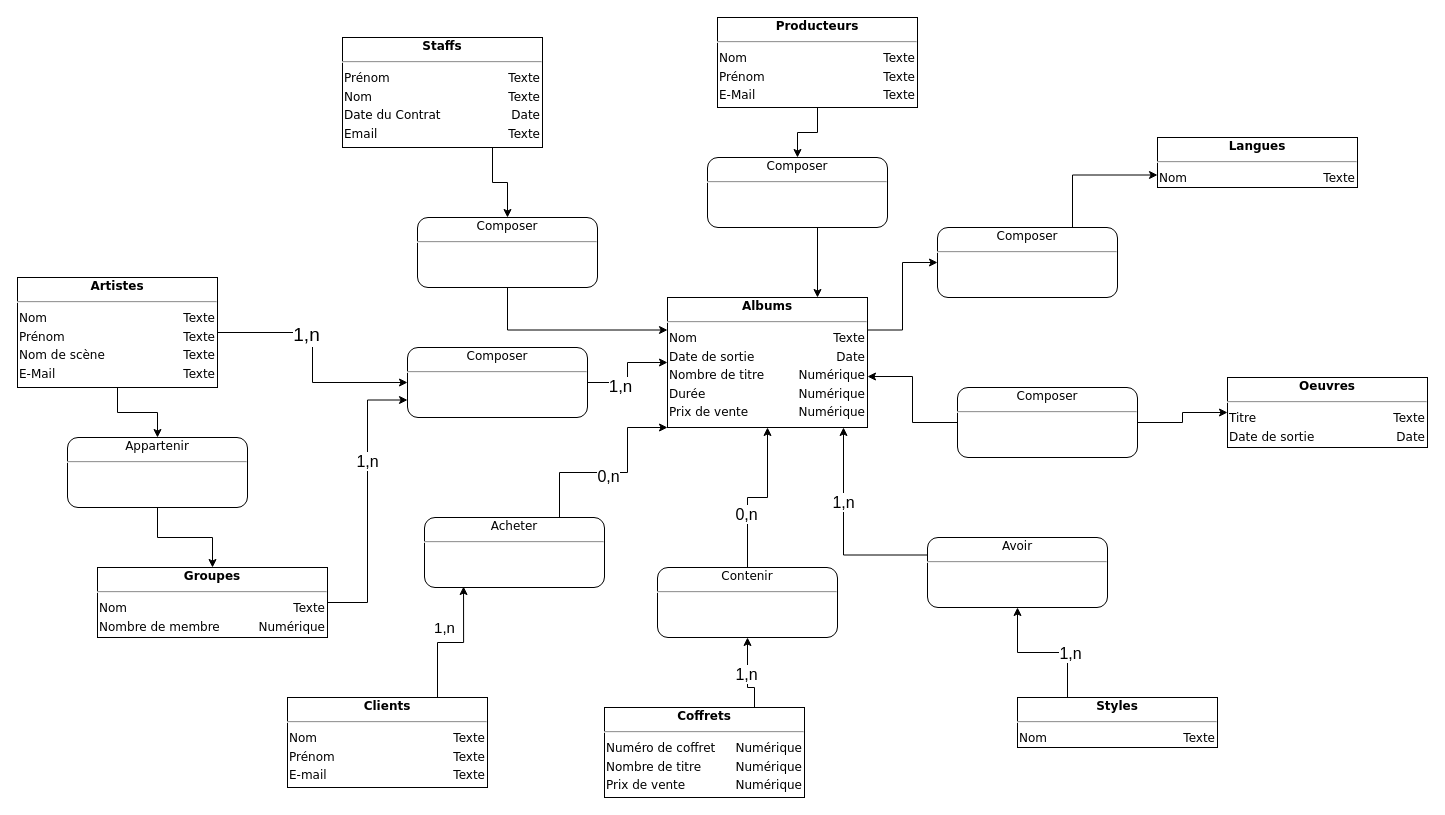
Above: MCD - Magasin de Disque.drawio in TCamoes15/MA-08-Magasin-Disque (draw.io), before the change. Source tidied: cells renumbered, new cells numbered last; positions are measured from the earlier drawing's top-left corner, leaving out a move shared by most shapes. Both pictures are drawn from the tidied source at 100%, with x=0, y=0 at pixel (17, 17).
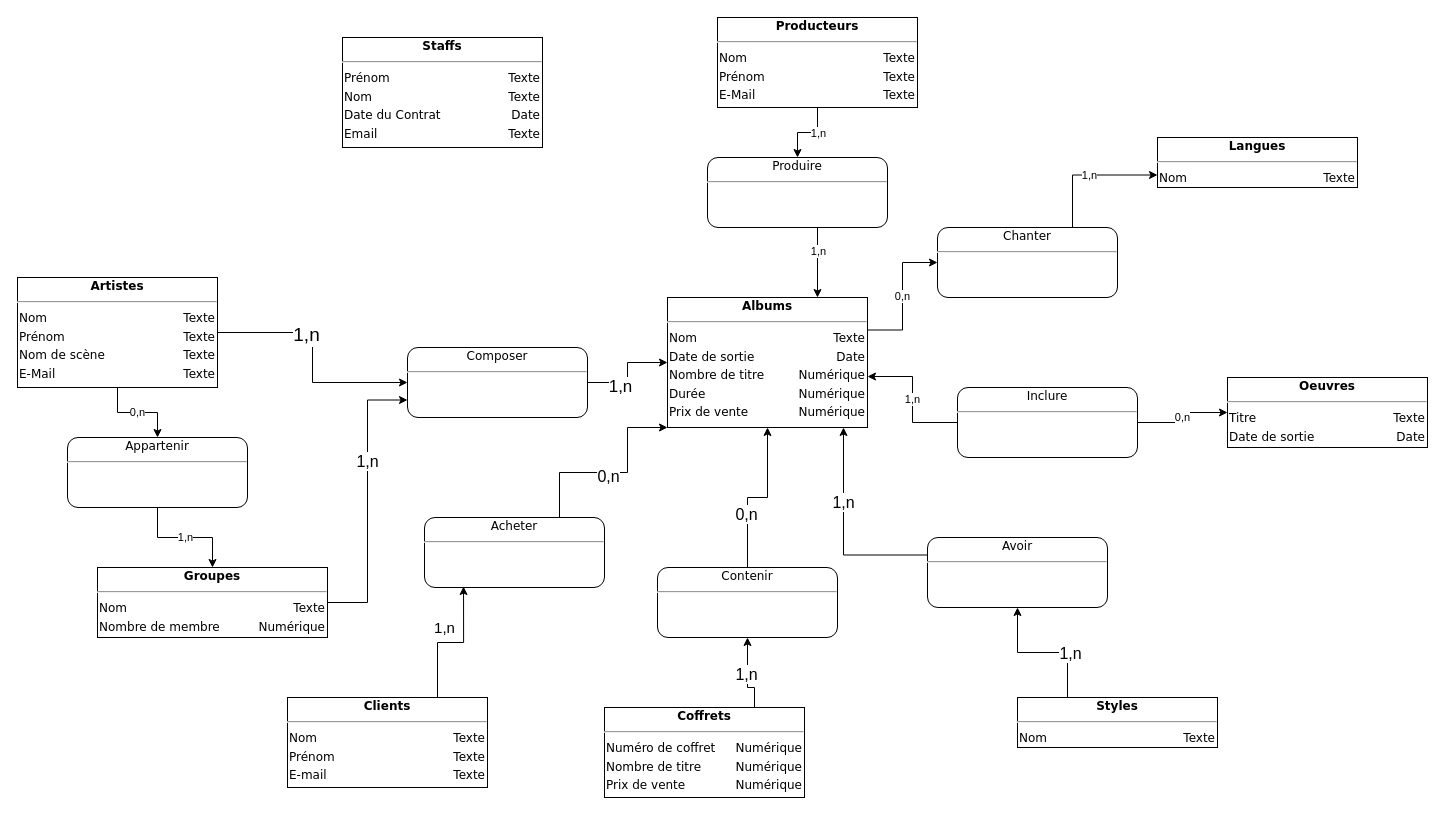
After the change.

The change refers to these unchanged cells:
```xml
<mxCell id="3" value="&lt;div style=&quot;box-sizing: border-box ; width: 100% ; padding: 2px&quot;&gt;&lt;b&gt;&lt;span style=&quot;background-color: rgb(255 , 255 , 255)&quot;&gt;Staffs&lt;/span&gt;&lt;/b&gt;&lt;/div&gt;&lt;hr&gt;&lt;table style=&quot;width: 100% ; font-size: 1em&quot; cellpadding=&quot;2&quot; cellspacing=&quot;0&quot;&gt;&lt;tbody&gt;&lt;tr&gt;&lt;td style=&quot;text-align: left&quot;&gt;Prénom&lt;/td&gt;&lt;td style=&quot;text-align: right&quot;&gt;Texte&lt;/td&gt;&lt;/tr&gt;&lt;tr&gt;&lt;td style=&quot;text-align: left&quot;&gt;Nom&lt;/td&gt;&lt;td style=&quot;text-align: right&quot;&gt;Texte&lt;br&gt;&lt;/td&gt;&lt;/tr&gt;&lt;tr&gt;&lt;td style=&quot;text-align: left&quot;&gt;Date du Contrat&lt;/td&gt;&lt;td style=&quot;text-align: right&quot;&gt;Date&lt;br&gt;&lt;/td&gt;&lt;/tr&gt;&lt;tr&gt;&lt;td style=&quot;text-align: left&quot;&gt;Email&lt;/td&gt;&lt;td style=&quot;text-align: right&quot;&gt;Texte&lt;/td&gt;&lt;/tr&gt;&lt;/tbody&gt;&lt;/table&gt;" style="verticalAlign=top;align=center;overflow=fill;html=1;rounded=0;shadow=0;comic=0;labelBackgroundColor=none;strokeColor=#000000;strokeWidth=1;fillColor=#ffffff;fontFamily=Verdana;fontSize=12;fontColor=#000000;" parent="1" vertex="1">
  <mxGeometry x="325" y="20" width="200" height="110" as="geometry" />
</mxCell>
<mxCell id="5" value="&lt;div style=&quot;box-sizing: border-box ; width: 100% ; padding: 2px&quot;&gt;&lt;span style=&quot;background-color: rgb(255 , 255 , 255)&quot;&gt;&lt;b&gt;Albums&lt;/b&gt;&lt;/span&gt;&lt;/div&gt;&lt;hr&gt;&lt;table style=&quot;width: 100% ; font-size: 1em&quot; cellpadding=&quot;2&quot; cellspacing=&quot;0&quot;&gt;&lt;tbody&gt;&lt;tr&gt;&lt;td style=&quot;text-align: left&quot;&gt;Nom&lt;/td&gt;&lt;td style=&quot;text-align: right&quot;&gt;Texte&lt;/td&gt;&lt;/tr&gt;&lt;tr&gt;&lt;td style=&quot;text-align: left&quot;&gt;Date de sortie&lt;/td&gt;&lt;td style=&quot;text-align: right&quot;&gt;Date&lt;/td&gt;&lt;/tr&gt;&lt;tr&gt;&lt;td style=&quot;text-align: left&quot;&gt;Nombre de titre&lt;/td&gt;&lt;td style=&quot;text-align: right&quot;&gt;Numérique&lt;/td&gt;&lt;/tr&gt;&lt;tr&gt;&lt;td style=&quot;text-align: left&quot;&gt;Durée&lt;/td&gt;&lt;td style=&quot;text-align: right&quot;&gt;Numérique&lt;/td&gt;&lt;/tr&gt;&lt;tr&gt;&lt;td style=&quot;text-align: left&quot;&gt;Prix de vente&lt;/td&gt;&lt;td style=&quot;text-align: right&quot;&gt;Numérique&lt;/td&gt;&lt;/tr&gt;&lt;/tbody&gt;&lt;/table&gt;" style="verticalAlign=top;align=center;overflow=fill;html=1;rounded=0;shadow=0;comic=0;labelBackgroundColor=none;strokeColor=#000000;strokeWidth=1;fillColor=#ffffff;fontFamily=Verdana;fontSize=12;fontColor=#000000;" parent="1" vertex="1">
  <mxGeometry x="650" y="280" width="200" height="130" as="geometry" />
</mxCell>
<mxCell id="9" style="edgeStyle=orthogonalEdgeStyle;rounded=0;jettySize=auto;html=1;exitX=0.5;exitY=1;exitDx=0;exitDy=0;entryX=0.5;entryY=0;entryDx=0;entryDy=0;" parent="1" edge="1" source="10" target="31">
  <mxGeometry relative="1" as="geometry" />
</mxCell>
<mxCell id="15" value="&lt;div style=&quot;box-sizing: border-box ; width: 100% ; padding: 2px&quot;&gt;&lt;span style=&quot;background-color: rgb(255 , 255 , 255)&quot;&gt;&lt;b&gt;Groupes&lt;/b&gt;&lt;/span&gt;&lt;/div&gt;&lt;hr&gt;&lt;table style=&quot;width: 100% ; font-size: 1em&quot; cellpadding=&quot;2&quot; cellspacing=&quot;0&quot;&gt;&lt;tbody&gt;&lt;tr&gt;&lt;td style=&quot;text-align: left&quot;&gt;Nom&lt;/td&gt;&lt;td style=&quot;text-align: right&quot;&gt;Texte&lt;/td&gt;&lt;/tr&gt;&lt;tr&gt;&lt;td style=&quot;text-align: left&quot;&gt;Nombre de membre&lt;/td&gt;&lt;td style=&quot;text-align: right&quot;&gt;Numérique&lt;/td&gt;&lt;/tr&gt;&lt;/tbody&gt;&lt;/table&gt;" style="verticalAlign=top;align=center;overflow=fill;html=1;rounded=0;shadow=0;comic=0;labelBackgroundColor=none;strokeColor=#000000;strokeWidth=1;fillColor=#ffffff;fontFamily=Verdana;fontSize=12;fontColor=#000000;" parent="1" vertex="1">
  <mxGeometry x="80" y="550" width="230" height="70" as="geometry" />
</mxCell>
<mxCell id="16" value="&lt;div style=&quot;box-sizing: border-box ; width: 100% ; padding: 2px&quot;&gt;&lt;span style=&quot;background-color: rgb(255 , 255 , 255)&quot;&gt;&lt;b&gt;Oeuvres&lt;/b&gt;&lt;/span&gt;&lt;/div&gt;&lt;hr&gt;&lt;table style=&quot;width: 100% ; font-size: 1em&quot; cellpadding=&quot;2&quot; cellspacing=&quot;0&quot;&gt;&lt;tbody&gt;&lt;tr&gt;&lt;td style=&quot;text-align: left&quot;&gt;Titre&lt;/td&gt;&lt;td style=&quot;text-align: right&quot;&gt;Texte&lt;br&gt;&lt;/td&gt;&lt;/tr&gt;&lt;tr&gt;&lt;td style=&quot;text-align: left&quot;&gt;Date de sortie&lt;/td&gt;&lt;td style=&quot;text-align: right&quot;&gt;Date&lt;/td&gt;&lt;/tr&gt;&lt;/tbody&gt;&lt;/table&gt;" style="verticalAlign=top;align=center;overflow=fill;html=1;rounded=0;shadow=0;comic=0;labelBackgroundColor=none;strokeColor=#000000;strokeWidth=1;fillColor=#ffffff;fontFamily=Verdana;fontSize=12;fontColor=#000000;" parent="1" vertex="1">
  <mxGeometry x="1210" y="360" width="200" height="70" as="geometry" />
</mxCell>
<mxCell id="20" value="&lt;div style=&quot;box-sizing: border-box ; width: 100% ; padding: 2px&quot;&gt;&lt;span style=&quot;background-color: rgb(255 , 255 , 255)&quot;&gt;&lt;b&gt;Artistes&lt;/b&gt;&lt;/span&gt;&lt;/div&gt;&lt;hr&gt;&lt;table style=&quot;width: 100% ; font-size: 1em&quot; cellpadding=&quot;2&quot; cellspacing=&quot;0&quot;&gt;&lt;tbody&gt;&lt;tr&gt;&lt;td style=&quot;text-align: left&quot;&gt;Nom&lt;/td&gt;&lt;td style=&quot;text-align: right&quot;&gt;Texte&lt;/td&gt;&lt;/tr&gt;&lt;tr&gt;&lt;td style=&quot;text-align: left&quot;&gt;Prénom&lt;/td&gt;&lt;td style=&quot;text-align: right&quot;&gt;Texte&lt;br&gt;&lt;/td&gt;&lt;/tr&gt;&lt;tr&gt;&lt;td style=&quot;text-align: left&quot;&gt;Nom de scène&lt;/td&gt;&lt;td style=&quot;text-align: right&quot;&gt;Texte&lt;/td&gt;&lt;/tr&gt;&lt;tr&gt;&lt;td style=&quot;text-align: left&quot;&gt;E-Mail&lt;/td&gt;&lt;td style=&quot;text-align: right&quot;&gt;Texte&lt;/td&gt;&lt;/tr&gt;&lt;/tbody&gt;&lt;/table&gt;" style="verticalAlign=top;align=center;overflow=fill;html=1;rounded=0;shadow=0;comic=0;labelBackgroundColor=none;strokeColor=#000000;strokeWidth=1;fillColor=#ffffff;fontFamily=Verdana;fontSize=12;fontColor=#000000;" parent="1" vertex="1">
  <mxGeometry y="260" width="200" height="110" as="geometry" />
</mxCell>
<mxCell id="21" value="&lt;div style=&quot;box-sizing: border-box ; width: 100% ; padding: 2px&quot;&gt;&lt;span style=&quot;background-color: rgb(255 , 255 , 255)&quot;&gt;&lt;b&gt;Langues&lt;/b&gt;&lt;/span&gt;&lt;/div&gt;&lt;hr&gt;&lt;table style=&quot;width: 100% ; font-size: 1em&quot; cellpadding=&quot;2&quot; cellspacing=&quot;0&quot;&gt;&lt;tbody&gt;&lt;tr&gt;&lt;td style=&quot;text-align: left&quot;&gt;Nom&lt;/td&gt;&lt;td style=&quot;text-align: right&quot;&gt;Texte&lt;br&gt;&lt;/td&gt;&lt;/tr&gt;&lt;tr&gt;&lt;td style=&quot;text-align: left&quot;&gt;&lt;br&gt;&lt;/td&gt;&lt;td style=&quot;text-align: right&quot;&gt;&lt;/td&gt;&lt;/tr&gt;&lt;/tbody&gt;&lt;/table&gt;" style="verticalAlign=top;align=center;overflow=fill;html=1;rounded=0;shadow=0;comic=0;labelBackgroundColor=none;strokeColor=#000000;strokeWidth=1;fillColor=#ffffff;fontFamily=Verdana;fontSize=12;fontColor=#000000;" parent="1" vertex="1">
  <mxGeometry x="1140" y="120" width="200" height="50" as="geometry" />
</mxCell>
<mxCell id="29" value="&lt;div style=&quot;box-sizing: border-box ; width: 100% ; padding: 2px&quot;&gt;&lt;span style=&quot;background-color: rgb(255 , 255 , 255)&quot;&gt;Appartenir&lt;/span&gt;&lt;/div&gt;&lt;hr&gt;&lt;table style=&quot;width: 100% ; font-size: 1em&quot; cellpadding=&quot;2&quot; cellspacing=&quot;0&quot;&gt;&lt;tbody&gt;&lt;tr&gt;&lt;td style=&quot;text-align: left&quot;&gt;&lt;/td&gt;&lt;td style=&quot;text-align: right&quot;&gt;&lt;/td&gt;&lt;/tr&gt;&lt;tr&gt;&lt;td style=&quot;text-align: left&quot;&gt;&lt;/td&gt;&lt;td style=&quot;text-align: right&quot;&gt;&lt;br&gt;&lt;/td&gt;&lt;/tr&gt;&lt;/tbody&gt;&lt;/table&gt;" style="verticalAlign=top;align=center;overflow=fill;html=1;rounded=1;shadow=0;comic=0;labelBackgroundColor=none;strokeColor=#000000;strokeWidth=1;fillColor=#ffffff;fontFamily=Verdana;fontSize=12;fontColor=#000000;" parent="1" vertex="1">
  <mxGeometry x="50" y="420" width="180" height="70" as="geometry" />
</mxCell>
<mxCell id="30" style="edgeStyle=orthogonalEdgeStyle;rounded=0;jettySize=auto;html=1;exitX=0.5;exitY=1;exitDx=0;exitDy=0;entryX=0.75;entryY=0;entryDx=0;entryDy=0;" parent="1" edge="1" source="31" target="5">
  <mxGeometry relative="1" as="geometry">
    <Array as="points">
      <mxPoint x="800" y="210" />
    </Array>
  </mxGeometry>
</mxCell>
```

What changed in the source:
```diff
@@
-    <mxCell id="2" style="edgeStyle=orthogonalEdgeStyle;rounded=0;jettySize=auto;html=1;exitX=0.75;exitY=1;exitDx=0;exitDy=0;entryX=0.5;entryY=0;entryDx=0;entryDy=0;" parent="1" edge="1" source="3" target="33">
-      <mxGeometry relative="1" as="geometry" />
-    </mxCell>
@@
-    <mxCell id="4" style="edgeStyle=orthogonalEdgeStyle;rounded=0;jettySize=auto;html=1;exitX=1;exitY=0.25;exitDx=0;exitDy=0;entryX=0;entryY=0.5;entryDx=0;entryDy=0;" parent="1" edge="1" source="5" target="35">
+    <mxCell id="4" value="0,n" style="edgeStyle=orthogonalEdgeStyle;rounded=0;jettySize=auto;html=1;exitX=1;exitY=0.25;exitDx=0;exitDy=0;entryX=0;entryY=0.5;entryDx=0;entryDy=0;" parent="1" edge="1" source="5" target="35">
       <mxGeometry relative="1" as="geometry" />
     </mxCell>
@@
+    <mxCell id="49" value="1,n" style="edgeLabel;html=1;align=center;verticalAlign=middle;" parent="9" vertex="1">
+      <mxGeometry x="-0.29" relative="1" as="geometry" />
+    </mxCell>
@@
-    <mxCell id="19" style="edgeStyle=orthogonalEdgeStyle;rounded=0;jettySize=auto;html=1;exitX=0.5;exitY=1;exitDx=0;exitDy=0;entryX=0.5;entryY=0;entryDx=0;entryDy=0;" parent="1" edge="1" source="20" target="29">
+    <mxCell id="19" value="0,n" style="edgeStyle=orthogonalEdgeStyle;rounded=0;jettySize=auto;html=1;exitX=0.5;exitY=1;exitDx=0;exitDy=0;entryX=0.5;entryY=0;entryDx=0;entryDy=0;" parent="1" edge="1" source="20" target="29">
       <mxGeometry relative="1" as="geometry" />
     </mxCell>
@@
-    <mxCell id="28" style="edgeStyle=orthogonalEdgeStyle;rounded=0;jettySize=auto;html=1;exitX=0.5;exitY=1;exitDx=0;exitDy=0;entryX=0.5;entryY=0;entryDx=0;entryDy=0;" parent="1" edge="1" source="29" target="15">
+    <mxCell id="28" value="1,n" style="edgeStyle=orthogonalEdgeStyle;rounded=0;jettySize=auto;html=1;exitX=0.5;exitY=1;exitDx=0;exitDy=0;entryX=0.5;entryY=0;entryDx=0;entryDy=0;" parent="1" edge="1" source="29" target="15">
       <mxGeometry relative="1" as="geometry" />
     </mxCell>
@@
+    <mxCell id="50" value="1,n" style="edgeLabel;html=1;align=center;verticalAlign=middle;" parent="30" vertex="1">
+      <mxGeometry x="-0.04" relative="1" as="geometry" />
+    </mxCell>
-    <mxCell id="31" value="&lt;div style=&quot;box-sizing: border-box ; width: 100% ; padding: 2px&quot;&gt;&lt;span style=&quot;background-color: rgb(255 , 255 , 255)&quot;&gt;Composer&lt;/span&gt;&lt;/div&gt;&lt;hr&gt;&lt;table style=&quot;width: 100% ; font-size: 1em&quot; cellpadding=&quot;2&quot; cellspacing=&quot;0&quot;&gt;&lt;tbody&gt;&lt;tr&gt;&lt;td style=&quot;text-align: left&quot;&gt;&lt;/td&gt;&lt;td style=&quot;text-align: right&quot;&gt;&lt;/td&gt;&lt;/tr&gt;&lt;tr&gt;&lt;td style=&quot;text-align: left&quot;&gt;&lt;/td&gt;&lt;td style=&quot;text-align: right&quot;&gt;&lt;br&gt;&lt;/td&gt;&lt;/tr&gt;&lt;/tbody&gt;&lt;/table&gt;" style="verticalAlign=top;align=center;overflow=fill;html=1;rounded=1;shadow=0;comic=0;labelBackgroundColor=none;strokeColor=#000000;strokeWidth=1;fillColor=#ffffff;fontFamily=Verdana;fontSize=12;fontColor=#000000;" parent="1" vertex="1">
+    <mxCell id="31" value="&lt;div style=&quot;box-sizing: border-box ; width: 100% ; padding: 2px&quot;&gt;&lt;span style=&quot;background-color: rgb(255 , 255 , 255)&quot;&gt;Produire&lt;/span&gt;&lt;/div&gt;&lt;hr&gt;&lt;table style=&quot;width: 100% ; font-size: 1em&quot; cellpadding=&quot;2&quot; cellspacing=&quot;0&quot;&gt;&lt;tbody&gt;&lt;tr&gt;&lt;td style=&quot;text-align: left&quot;&gt;&lt;/td&gt;&lt;td style=&quot;text-align: right&quot;&gt;&lt;/td&gt;&lt;/tr&gt;&lt;tr&gt;&lt;td style=&quot;text-align: left&quot;&gt;&lt;/td&gt;&lt;td style=&quot;text-align: right&quot;&gt;&lt;br&gt;&lt;/td&gt;&lt;/tr&gt;&lt;/tbody&gt;&lt;/table&gt;" style="verticalAlign=top;align=center;overflow=fill;html=1;rounded=1;shadow=0;comic=0;labelBackgroundColor=none;strokeColor=#000000;strokeWidth=1;fillColor=#ffffff;fontFamily=Verdana;fontSize=12;fontColor=#000000;" parent="1" vertex="1">
       <mxGeometry x="690" y="140" width="180" height="70" as="geometry" />
     </mxCell>
-    <mxCell id="32" style="edgeStyle=orthogonalEdgeStyle;rounded=0;jettySize=auto;html=1;exitX=0.5;exitY=1;exitDx=0;exitDy=0;entryX=0;entryY=0.25;entryDx=0;entryDy=0;" parent="1" edge="1" source="33" target="5">
-      <mxGeometry relative="1" as="geometry" />
-    </mxCell>
-    <mxCell id="33" value="&lt;div style=&quot;box-sizing: border-box ; width: 100% ; padding: 2px&quot;&gt;&lt;span style=&quot;background-color: rgb(255 , 255 , 255)&quot;&gt;Composer&lt;/span&gt;&lt;/div&gt;&lt;hr&gt;&lt;table style=&quot;width: 100% ; font-size: 1em&quot; cellpadding=&quot;2&quot; cellspacing=&quot;0&quot;&gt;&lt;tbody&gt;&lt;tr&gt;&lt;td style=&quot;text-align: left&quot;&gt;&lt;/td&gt;&lt;td style=&quot;text-align: right&quot;&gt;&lt;/td&gt;&lt;/tr&gt;&lt;tr&gt;&lt;td style=&quot;text-align: left&quot;&gt;&lt;/td&gt;&lt;td style=&quot;text-align: right&quot;&gt;&lt;br&gt;&lt;/td&gt;&lt;/tr&gt;&lt;/tbody&gt;&lt;/table&gt;" style="verticalAlign=top;align=center;overflow=fill;html=1;rounded=1;shadow=0;comic=0;labelBackgroundColor=none;strokeColor=#000000;strokeWidth=1;fillColor=#ffffff;fontFamily=Verdana;fontSize=12;fontColor=#000000;" parent="1" vertex="1">
-      <mxGeometry x="400" y="200" width="180" height="70" as="geometry" />
-    </mxCell>
-    <mxCell id="34" style="edgeStyle=orthogonalEdgeStyle;rounded=0;jettySize=auto;html=1;exitX=0.75;exitY=0;exitDx=0;exitDy=0;entryX=0;entryY=0.75;entryDx=0;entryDy=0;" parent="1" edge="1" source="35" target="21">
+    <mxCell id="34" value="1,n" style="edgeStyle=orthogonalEdgeStyle;rounded=0;jettySize=auto;html=1;exitX=0.75;exitY=0;exitDx=0;exitDy=0;entryX=0;entryY=0.75;entryDx=0;entryDy=0;" parent="1" edge="1" source="35" target="21">
       <mxGeometry relative="1" as="geometry" />
     </mxCell>
-    <mxCell id="35" value="&lt;div style=&quot;box-sizing: border-box ; width: 100% ; padding: 2px&quot;&gt;&lt;span style=&quot;background-color: rgb(255 , 255 , 255)&quot;&gt;Composer&lt;/span&gt;&lt;/div&gt;&lt;hr&gt;&lt;table style=&quot;width: 100% ; font-size: 1em&quot; cellpadding=&quot;2&quot; cellspacing=&quot;0&quot;&gt;&lt;tbody&gt;&lt;tr&gt;&lt;td style=&quot;text-align: left&quot;&gt;&lt;/td&gt;&lt;td style=&quot;text-align: right&quot;&gt;&lt;/td&gt;&lt;/tr&gt;&lt;tr&gt;&lt;td style=&quot;text-align: left&quot;&gt;&lt;/td&gt;&lt;td style=&quot;text-align: right&quot;&gt;&lt;br&gt;&lt;/td&gt;&lt;/tr&gt;&lt;/tbody&gt;&lt;/table&gt;" style="verticalAlign=top;align=center;overflow=fill;html=1;rounded=1;shadow=0;comic=0;labelBackgroundColor=none;strokeColor=#000000;strokeWidth=1;fillColor=#ffffff;fontFamily=Verdana;fontSize=12;fontColor=#000000;" parent="1" vertex="1">
+    <mxCell id="35" value="&lt;div style=&quot;box-sizing: border-box ; width: 100% ; padding: 2px&quot;&gt;&lt;span style=&quot;background-color: rgb(255 , 255 , 255)&quot;&gt;Chanter&lt;/span&gt;&lt;/div&gt;&lt;hr&gt;&lt;table style=&quot;width: 100% ; font-size: 1em&quot; cellpadding=&quot;2&quot; cellspacing=&quot;0&quot;&gt;&lt;tbody&gt;&lt;tr&gt;&lt;td style=&quot;text-align: left&quot;&gt;&lt;/td&gt;&lt;td style=&quot;text-align: right&quot;&gt;&lt;/td&gt;&lt;/tr&gt;&lt;tr&gt;&lt;td style=&quot;text-align: left&quot;&gt;&lt;/td&gt;&lt;td style=&quot;text-align: right&quot;&gt;&lt;br&gt;&lt;/td&gt;&lt;/tr&gt;&lt;/tbody&gt;&lt;/table&gt;" style="verticalAlign=top;align=center;overflow=fill;html=1;rounded=1;shadow=0;comic=0;labelBackgroundColor=none;strokeColor=#000000;strokeWidth=1;fillColor=#ffffff;fontFamily=Verdana;fontSize=12;fontColor=#000000;" parent="1" vertex="1">
       <mxGeometry x="920" y="210" width="180" height="70" as="geometry" />
     </mxCell>
-    <mxCell id="36" style="edgeStyle=orthogonalEdgeStyle;rounded=0;jettySize=auto;html=1;exitX=1;exitY=0.5;exitDx=0;exitDy=0;entryX=0;entryY=0.5;entryDx=0;entryDy=0;" parent="1" edge="1" source="38" target="16">
+    <mxCell id="36" value="0,n" style="edgeStyle=orthogonalEdgeStyle;rounded=0;jettySize=auto;html=1;exitX=1;exitY=0.5;exitDx=0;exitDy=0;entryX=0;entryY=0.5;entryDx=0;entryDy=0;" parent="1" edge="1" source="38" target="16">
       <mxGeometry relative="1" as="geometry" />
     </mxCell>
-    <mxCell id="37" style="edgeStyle=orthogonalEdgeStyle;rounded=0;jettySize=auto;html=1;exitX=0;exitY=0.5;exitDx=0;exitDy=0;entryX=1;entryY=0.608;entryDx=0;entryDy=0;entryPerimeter=0;" parent="1" edge="1" source="38" target="5">
+    <mxCell id="37" value="1,n" style="edgeStyle=orthogonalEdgeStyle;rounded=0;jettySize=auto;html=1;exitX=0;exitY=0.5;exitDx=0;exitDy=0;entryX=1;entryY=0.608;entryDx=0;entryDy=0;entryPerimeter=0;" parent="1" edge="1" source="38" target="5">
       <mxGeometry relative="1" as="geometry" />
     </mxCell>
-    <mxCell id="38" value="&lt;div style=&quot;box-sizing: border-box ; width: 100% ; padding: 2px&quot;&gt;&lt;span style=&quot;background-color: rgb(255 , 255 , 255)&quot;&gt;Composer&lt;/span&gt;&lt;/div&gt;&lt;hr&gt;&lt;table style=&quot;width: 100% ; font-size: 1em&quot; cellpadding=&quot;2&quot; cellspacing=&quot;0&quot;&gt;&lt;tbody&gt;&lt;tr&gt;&lt;td style=&quot;text-align: left&quot;&gt;&lt;/td&gt;&lt;td style=&quot;text-align: right&quot;&gt;&lt;/td&gt;&lt;/tr&gt;&lt;tr&gt;&lt;td style=&quot;text-align: left&quot;&gt;&lt;/td&gt;&lt;td style=&quot;text-align: right&quot;&gt;&lt;br&gt;&lt;/td&gt;&lt;/tr&gt;&lt;/tbody&gt;&lt;/table&gt;" style="verticalAlign=top;align=center;overflow=fill;html=1;rounded=1;shadow=0;comic=0;labelBackgroundColor=none;strokeColor=#000000;strokeWidth=1;fillColor=#ffffff;fontFamily=Verdana;fontSize=12;fontColor=#000000;" parent="1" vertex="1">
+    <mxCell id="38" value="&lt;div style=&quot;box-sizing: border-box ; width: 100% ; padding: 2px&quot;&gt;&lt;span style=&quot;background-color: rgb(255 , 255 , 255)&quot;&gt;Inclure&lt;/span&gt;&lt;/div&gt;&lt;hr&gt;&lt;table style=&quot;width: 100% ; font-size: 1em&quot; cellpadding=&quot;2&quot; cellspacing=&quot;0&quot;&gt;&lt;tbody&gt;&lt;tr&gt;&lt;td style=&quot;text-align: left&quot;&gt;&lt;/td&gt;&lt;td style=&quot;text-align: right&quot;&gt;&lt;/td&gt;&lt;/tr&gt;&lt;tr&gt;&lt;td style=&quot;text-align: left&quot;&gt;&lt;/td&gt;&lt;td style=&quot;text-align: right&quot;&gt;&lt;br&gt;&lt;/td&gt;&lt;/tr&gt;&lt;/tbody&gt;&lt;/table&gt;" style="verticalAlign=top;align=center;overflow=fill;html=1;rounded=1;shadow=0;comic=0;labelBackgroundColor=none;strokeColor=#000000;strokeWidth=1;fillColor=#ffffff;fontFamily=Verdana;fontSize=12;fontColor=#000000;" parent="1" vertex="1">
       <mxGeometry x="940" y="370" width="180" height="70" as="geometry" />
     </mxCell>
```
